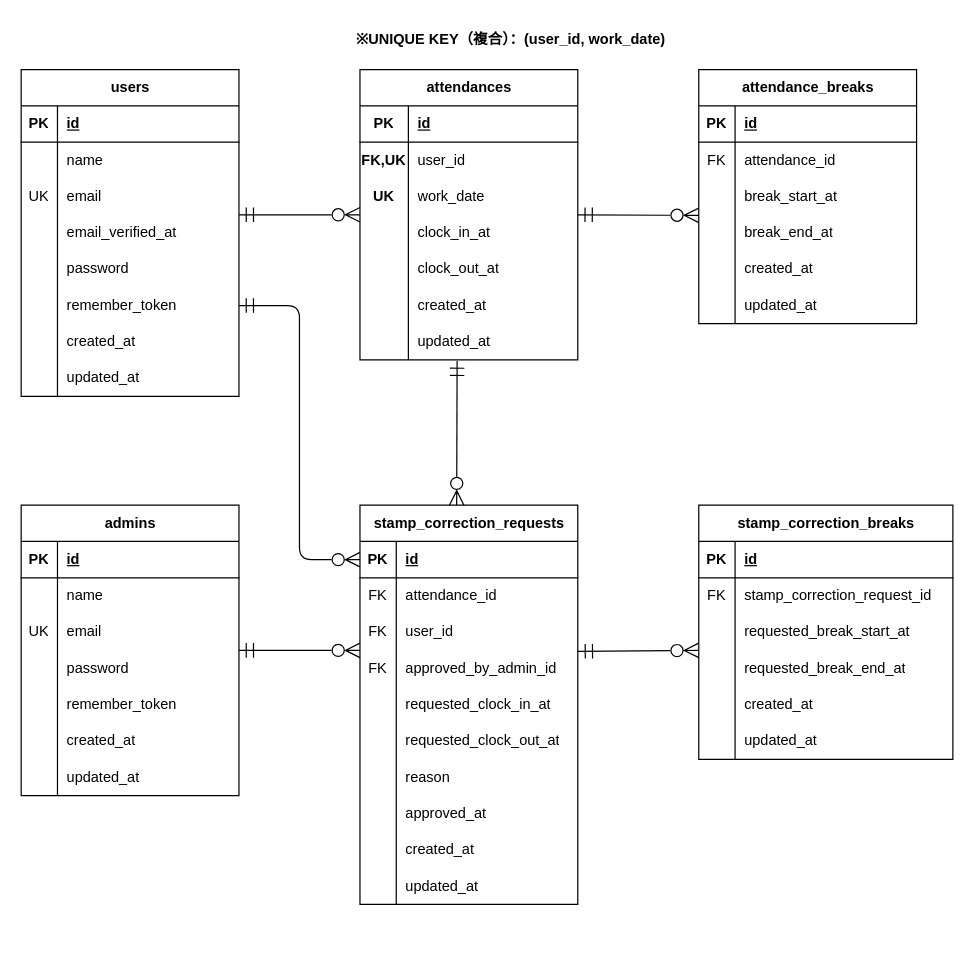
This is er_diagram.drawio from yakhrc5/Attendance-App, a draw.io file, before an edit. Source tidied: cells renumbered, new cells numbered last; positions are measured from the earlier drawing's top-left corner, leaving out a move shared by most shapes. Both pictures are drawn from the tidied source at 121%, with x=0, y=0 at pixel (21, 21).
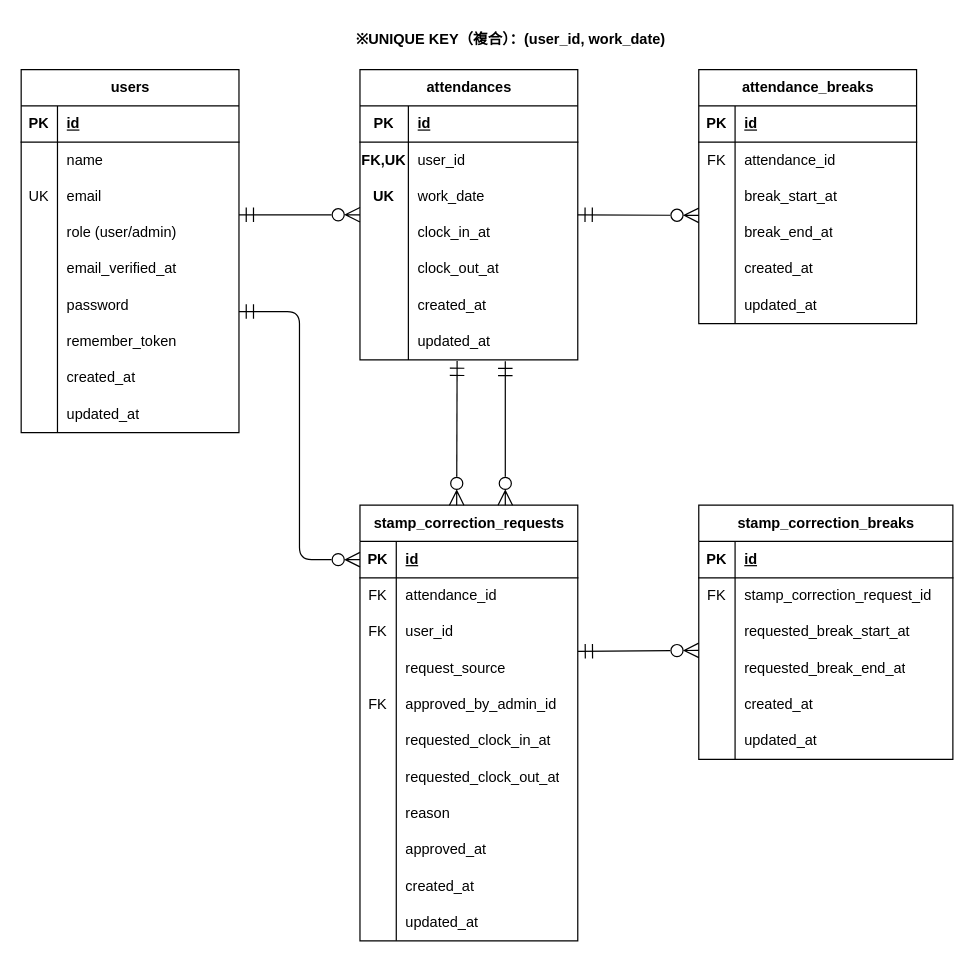
Above is the later version.

The change refers to these unchanged cells:
```xml
<mxCell id="70" style="shape=tableRow;horizontal=0;startSize=0;swimlaneHead=0;swimlaneBody=0;fillColor=none;points=[[0,0.5],[1,0.5]];portConstraint=eastwest;top=0;left=0;right=0;bottom=1;" parent="69" vertex="1">
  <mxGeometry y="30" width="180" height="30" as="geometry" />
</mxCell>
```

The edit, as a diff of the source:
```diff
@@
-    <mxCell id="2" style="edgeStyle=none;html=1;entryX=0;entryY=0.5;entryDx=0;entryDy=0;targetPerimeterSpacing=0;startArrow=ERmandOne;startFill=0;endArrow=ERzeroToMany;endFill=0;endSize=10;startSize=10;exitX=1;exitY=0.5;exitDx=0;exitDy=0;" parent="1" edge="1" source="19" target="70">
+    <mxCell id="2" style="edgeStyle=none;html=1;entryX=0;entryY=0.5;entryDx=0;entryDy=0;targetPerimeterSpacing=0;startArrow=ERmandOne;startFill=0;endArrow=ERzeroToMany;endFill=0;endSize=10;startSize=10;exitX=1;exitY=0.667;exitDx=0;exitDy=0;exitPerimeter=0;" parent="1" edge="1" source="16" target="70">
       <mxGeometry relative="1" as="geometry">
         <Array as="points">
-          <mxPoint x="230" y="235" />
+          <mxPoint x="230" y="240" />
           <mxPoint x="230" y="445" />
         </Array>
       </mxGeometry>
     </mxCell>
     <mxCell id="3" value="users" style="shape=table;startSize=30;childLayout=tableLayout;rowLines=0;fontStyle=1;align=center;html=1;" parent="1" vertex="1">
-      <mxGeometry y="40" width="180" height="270" as="geometry" />
+      <mxGeometry y="40" width="180" height="300" as="geometry" />
     </mxCell>
@@
+    <mxCell id="148" style="shape=tableRow;horizontal=0;startSize=0;swimlaneHead=0;swimlaneBody=0;fillColor=none;top=0;left=0;right=0;bottom=0;" parent="3" vertex="1">
+      <mxGeometry y="120" width="180" height="30" as="geometry" />
+    </mxCell>
+    <mxCell id="149" style="shape=partialRectangle;fillColor=none;top=0;left=0;bottom=0;right=0;overflow=hidden;whiteSpace=wrap;html=1;" parent="148" vertex="1">
+      <mxGeometry width="30" height="30" as="geometry" />
+    </mxCell>
+    <mxCell id="150" value="role&amp;nbsp;(user/admin)" style="shape=partialRectangle;fillColor=none;top=0;left=0;bottom=0;right=0;align=left;spacingLeft=6;overflow=hidden;whiteSpace=wrap;html=1;" parent="148" vertex="1">
+      <mxGeometry x="30" width="150" height="30" as="geometry" />
+    </mxCell>
     <mxCell id="13" style="shape=tableRow;horizontal=0;startSize=0;swimlaneHead=0;swimlaneBody=0;fillColor=none;top=0;left=0;right=0;bottom=0;" parent="3" vertex="1">
-      <mxGeometry y="120" width="180" height="30" as="geometry" />
+      <mxGeometry y="150" width="180" height="30" as="geometry" />
     </mxCell>
@@
     <mxCell id="16" style="shape=tableRow;horizontal=0;startSize=0;swimlaneHead=0;swimlaneBody=0;fillColor=none;points=[[0,0.5],[1,0.5]];portConstraint=eastwest;top=0;left=0;right=0;bottom=0;" parent="3" vertex="1">
-      <mxGeometry y="150" width="180" height="30" as="geometry" />
+      <mxGeometry y="180" width="180" height="30" as="geometry" />
     </mxCell>
@@
     <mxCell id="19" style="shape=tableRow;horizontal=0;startSize=0;swimlaneHead=0;swimlaneBody=0;fillColor=none;points=[[0,0.5],[1,0.5]];portConstraint=eastwest;top=0;left=0;right=0;bottom=0;" parent="3" vertex="1">
-      <mxGeometry y="180" width="180" height="30" as="geometry" />
+      <mxGeometry y="210" width="180" height="30" as="geometry" />
     </mxCell>
@@
     <mxCell id="22" style="shape=tableRow;horizontal=0;startSize=0;swimlaneHead=0;swimlaneBody=0;fillColor=none;top=0;left=0;right=0;bottom=0;" parent="3" vertex="1">
-      <mxGeometry y="210" width="180" height="30" as="geometry" />
+      <mxGeometry y="240" width="180" height="30" as="geometry" />
     </mxCell>
@@
     <mxCell id="25" style="shape=tableRow;horizontal=0;startSize=0;swimlaneHead=0;swimlaneBody=0;fillColor=none;top=0;left=0;right=0;bottom=0;" parent="3" vertex="1">
-      <mxGeometry y="240" width="180" height="30" as="geometry" />
+      <mxGeometry y="270" width="180" height="30" as="geometry" />
     </mxCell>
@@
-    <mxCell id="28" value="admins" style="shape=table;startSize=30;childLayout=tableLayout;rowLines=0;fontStyle=1;align=center;html=1;" parent="1" vertex="1">
-      <mxGeometry y="400" width="180" height="240" as="geometry" />
-    </mxCell>
-    <mxCell id="29" style="shape=tableRow;horizontal=0;startSize=0;swimlaneHead=0;swimlaneBody=0;fillColor=none;top=0;left=0;right=0;bottom=1;" parent="28" vertex="1">
-      <mxGeometry y="30" width="180" height="30" as="geometry" />
-    </mxCell>
-    <mxCell id="30" value="PK" style="shape=partialRectangle;fillColor=none;top=0;left=0;bottom=0;right=0;fontStyle=1;overflow=hidden;whiteSpace=wrap;html=1;" parent="29" vertex="1">
-      <mxGeometry width="30" height="30" as="geometry" />
-    </mxCell>
-    <mxCell id="31" value="id" style="shape=partialRectangle;fillColor=none;top=0;left=0;bottom=0;right=0;align=left;spacingLeft=6;fontStyle=5;overflow=hidden;whiteSpace=wrap;html=1;" parent="29" vertex="1">
-      <mxGeometry x="30" width="150" height="30" as="geometry" />
-    </mxCell>
-    <mxCell id="32" style="shape=tableRow;horizontal=0;startSize=0;swimlaneHead=0;swimlaneBody=0;fillColor=none;top=0;left=0;right=0;bottom=0;" parent="28" vertex="1">
-      <mxGeometry y="60" width="180" height="30" as="geometry" />
-    </mxCell>
-    <mxCell id="33" style="shape=partialRectangle;fillColor=none;top=0;left=0;bottom=0;right=0;overflow=hidden;whiteSpace=wrap;html=1;" parent="32" vertex="1">
-      <mxGeometry width="30" height="30" as="geometry" />
-    </mxCell>
-    <mxCell id="34" value="name" style="shape=partialRectangle;fillColor=none;top=0;left=0;bottom=0;right=0;align=left;spacingLeft=6;overflow=hidden;whiteSpace=wrap;html=1;" parent="32" vertex="1">
-      <mxGeometry x="30" width="150" height="30" as="geometry" />
-    </mxCell>
-    <mxCell id="35" style="shape=tableRow;horizontal=0;startSize=0;swimlaneHead=0;swimlaneBody=0;fillColor=none;top=0;left=0;right=0;bottom=0;" parent="28" vertex="1">
-      <mxGeometry y="90" width="180" height="30" as="geometry" />
-    </mxCell>
-    <mxCell id="36" value="UK" style="shape=partialRectangle;fillColor=none;top=0;left=0;bottom=0;right=0;overflow=hidden;whiteSpace=wrap;html=1;" parent="35" vertex="1">
-      <mxGeometry width="30" height="30" as="geometry" />
-    </mxCell>
-    <mxCell id="37" value="email" style="shape=partialRectangle;fillColor=none;top=0;left=0;bottom=0;right=0;align=left;spacingLeft=6;overflow=hidden;whiteSpace=wrap;html=1;" parent="35" vertex="1">
-      <mxGeometry x="30" width="150" height="30" as="geometry" />
-    </mxCell>
-    <mxCell id="38" style="shape=tableRow;horizontal=0;startSize=0;swimlaneHead=0;swimlaneBody=0;fillColor=none;top=0;left=0;right=0;bottom=0;" parent="28" vertex="1">
-      <mxGeometry y="120" width="180" height="30" as="geometry" />
-    </mxCell>
-    <mxCell id="39" style="shape=partialRectangle;fillColor=none;top=0;left=0;bottom=0;right=0;overflow=hidden;whiteSpace=wrap;html=1;" parent="38" vertex="1">
-      <mxGeometry width="30" height="30" as="geometry" />
-    </mxCell>
-    <mxCell id="40" value="password" style="shape=partialRectangle;fillColor=none;top=0;left=0;bottom=0;right=0;align=left;spacingLeft=6;overflow=hidden;whiteSpace=wrap;html=1;" parent="38" vertex="1">
-      <mxGeometry x="30" width="150" height="30" as="geometry" />
-    </mxCell>
-    <mxCell id="41" style="shape=tableRow;horizontal=0;startSize=0;swimlaneHead=0;swimlaneBody=0;fillColor=none;top=0;left=0;right=0;bottom=0;" parent="28" vertex="1">
-      <mxGeometry y="150" width="180" height="30" as="geometry" />
-    </mxCell>
-    <mxCell id="42" style="shape=partialRectangle;fillColor=none;top=0;left=0;bottom=0;right=0;overflow=hidden;whiteSpace=wrap;html=1;" parent="41" vertex="1">
-      <mxGeometry width="30" height="30" as="geometry" />
-    </mxCell>
-    <mxCell id="43" value="remember_token" style="shape=partialRectangle;fillColor=none;top=0;left=0;bottom=0;right=0;align=left;spacingLeft=6;overflow=hidden;whiteSpace=wrap;html=1;" parent="41" vertex="1">
-      <mxGeometry x="30" width="150" height="30" as="geometry" />
-    </mxCell>
-    <mxCell id="44" style="shape=tableRow;horizontal=0;startSize=0;swimlaneHead=0;swimlaneBody=0;fillColor=none;top=0;left=0;right=0;bottom=0;" parent="28" vertex="1">
-      <mxGeometry y="180" width="180" height="30" as="geometry" />
-    </mxCell>
-    <mxCell id="45" style="shape=partialRectangle;fillColor=none;top=0;left=0;bottom=0;right=0;overflow=hidden;whiteSpace=wrap;html=1;" parent="44" vertex="1">
-      <mxGeometry width="30" height="30" as="geometry" />
-    </mxCell>
-    <mxCell id="46" value="created_at" style="shape=partialRectangle;fillColor=none;top=0;left=0;bottom=0;right=0;align=left;spacingLeft=6;overflow=hidden;whiteSpace=wrap;html=1;" parent="44" vertex="1">
-      <mxGeometry x="30" width="150" height="30" as="geometry" />
-    </mxCell>
-    <mxCell id="47" style="shape=tableRow;horizontal=0;startSize=0;swimlaneHead=0;swimlaneBody=0;fillColor=none;top=0;left=0;right=0;bottom=0;" parent="28" vertex="1">
-      <mxGeometry y="210" width="180" height="30" as="geometry" />
-    </mxCell>
-    <mxCell id="48" style="shape=partialRectangle;fillColor=none;top=0;left=0;bottom=0;right=0;overflow=hidden;whiteSpace=wrap;html=1;" parent="47" vertex="1">
-      <mxGeometry width="30" height="30" as="geometry" />
-    </mxCell>
-    <mxCell id="49" value="updated_at" style="shape=partialRectangle;fillColor=none;top=0;left=0;bottom=0;right=0;align=left;spacingLeft=6;overflow=hidden;whiteSpace=wrap;html=1;" parent="47" vertex="1">
-      <mxGeometry x="30" width="150" height="30" as="geometry" />
-    </mxCell>
@@
     <mxCell id="69" value="stamp_correction_requests" style="shape=table;startSize=30;childLayout=tableLayout;rowLines=0;fontStyle=1;align=center;html=1;" parent="1" vertex="1">
-      <mxGeometry x="280" y="400" width="180" height="330" as="geometry" />
+      <mxGeometry x="280" y="400" width="180" height="360" as="geometry" />
     </mxCell>
@@
+    <mxCell id="151" style="shape=tableRow;horizontal=0;startSize=0;swimlaneHead=0;swimlaneBody=0;fillColor=none;top=0;left=0;right=0;bottom=0;" parent="69" vertex="1">
+      <mxGeometry y="120" width="180" height="30" as="geometry" />
+    </mxCell>
+    <mxCell id="152" style="shape=partialRectangle;fillColor=none;top=0;left=0;bottom=0;right=0;overflow=hidden;whiteSpace=wrap;html=1;" parent="151" vertex="1">
+      <mxGeometry width="30" height="30" as="geometry" />
+    </mxCell>
+    <mxCell id="153" value="request_source" style="shape=partialRectangle;fillColor=none;top=0;left=0;bottom=0;right=0;align=left;spacingLeft=6;overflow=hidden;whiteSpace=wrap;html=1;" parent="151" vertex="1">
+      <mxGeometry x="30" width="150" height="30" as="geometry" />
+    </mxCell>
     <mxCell id="79" style="shape=tableRow;horizontal=0;startSize=0;swimlaneHead=0;swimlaneBody=0;fillColor=none;top=0;left=0;right=0;bottom=0;" parent="69" vertex="1">
-      <mxGeometry y="120" width="180" height="30" as="geometry" />
+      <mxGeometry y="150" width="180" height="30" as="geometry" />
     </mxCell>
@@
     <mxCell id="82" style="shape=tableRow;horizontal=0;startSize=0;swimlaneHead=0;swimlaneBody=0;fillColor=none;top=0;left=0;right=0;bottom=0;" parent="69" vertex="1">
-      <mxGeometry y="150" width="180" height="30" as="geometry" />
+      <mxGeometry y="180" width="180" height="30" as="geometry" />
     </mxCell>
@@
     <mxCell id="85" style="shape=tableRow;horizontal=0;startSize=0;swimlaneHead=0;swimlaneBody=0;fillColor=none;top=0;left=0;right=0;bottom=0;" parent="69" vertex="1">
-      <mxGeometry y="180" width="180" height="30" as="geometry" />
+      <mxGeometry y="210" width="180" height="30" as="geometry" />
     </mxCell>
@@
     <mxCell id="88" style="shape=tableRow;horizontal=0;startSize=0;swimlaneHead=0;swimlaneBody=0;fillColor=none;top=0;left=0;right=0;bottom=0;" parent="69" vertex="1">
-      <mxGeometry y="210" width="180" height="30" as="geometry" />
+      <mxGeometry y="240" width="180" height="30" as="geometry" />
     </mxCell>
@@
     <mxCell id="91" style="shape=tableRow;horizontal=0;startSize=0;swimlaneHead=0;swimlaneBody=0;fillColor=none;top=0;left=0;right=0;bottom=0;" parent="69" vertex="1">
-      <mxGeometry y="240" width="180" height="30" as="geometry" />
+      <mxGeometry y="270" width="180" height="30" as="geometry" />
     </mxCell>
@@
     <mxCell id="94" style="shape=tableRow;horizontal=0;startSize=0;swimlaneHead=0;swimlaneBody=0;fillColor=none;top=0;left=0;right=0;bottom=0;" parent="69" vertex="1">
-      <mxGeometry y="270" width="180" height="30" as="geometry" />
+      <mxGeometry y="300" width="180" height="30" as="geometry" />
     </mxCell>
@@
     <mxCell id="97" style="shape=tableRow;horizontal=0;startSize=0;swimlaneHead=0;swimlaneBody=0;fillColor=none;top=0;left=0;right=0;bottom=0;" parent="69" vertex="1">
-      <mxGeometry y="300" width="180" height="30" as="geometry" />
+      <mxGeometry y="330" width="180" height="30" as="geometry" />
     </mxCell>
@@
-    <mxCell id="144" style="edgeStyle=none;html=1;entryX=0;entryY=0.5;entryDx=0;entryDy=0;targetPerimeterSpacing=0;startArrow=ERmandOne;startFill=0;endArrow=ERzeroToMany;endFill=0;endSize=10;startSize=10;exitX=1;exitY=0.5;exitDx=0;exitDy=0;" parent="1" edge="1">
-      <mxGeometry relative="1" as="geometry">
-        <mxPoint x="180" y="520" as="sourcePoint" />
-        <mxPoint x="280" y="520" as="targetPoint" />
-      </mxGeometry>
-    </mxCell>
@@
+    <mxCell id="154" style="edgeStyle=none;html=1;startArrow=ERmandOne;startFill=0;endArrow=ERzeroToMany;endFill=0;endSize=10;startSize=10;entryX=0.444;entryY=0;entryDx=0;entryDy=0;entryPerimeter=0;exitX=0.446;exitY=1.027;exitDx=0;exitDy=0;exitPerimeter=0;" parent="1" edge="1">
+      <mxGeometry relative="1" as="geometry">
+        <mxPoint x="400.1" y="281" as="sourcePoint" />
+        <mxPoint x="400.1" y="400" as="targetPoint" />
+      </mxGeometry>
+    </mxCell>
```
